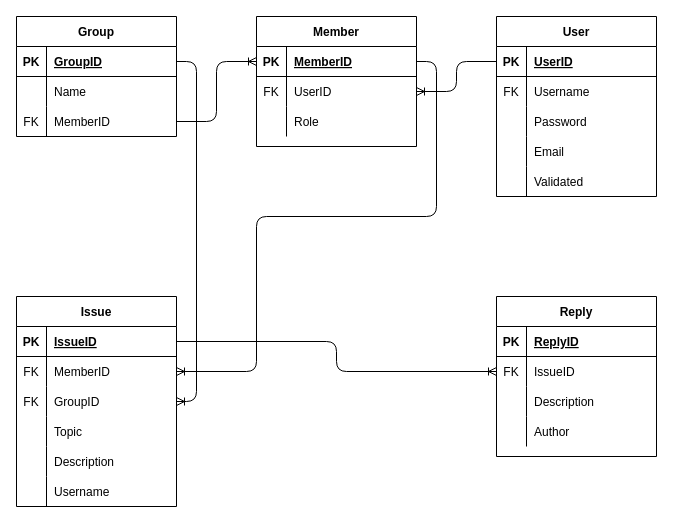
Above: ERD.drawio in MWaldrep2000/COP4331-26-Large-Project (draw.io), before the change. Source tidied: cells renumbered, new cells numbered last; positions are measured from the earlier drawing's top-left corner, leaving out a move shared by most shapes. Both pictures are drawn from the tidied source at 100%, with x=0, y=0 at pixel (16, 16).
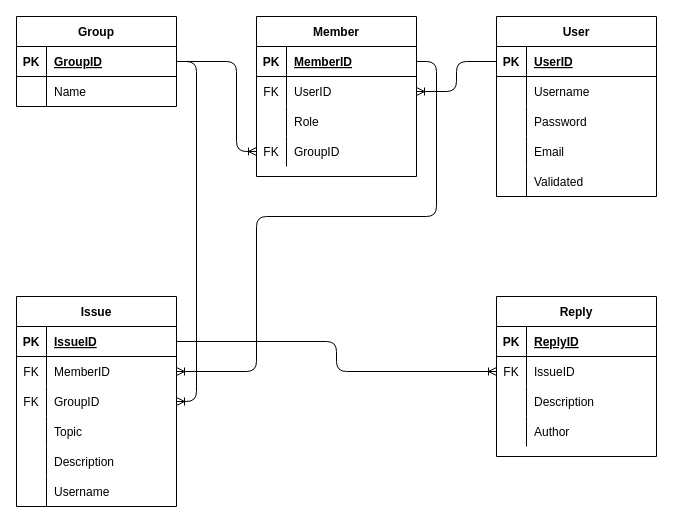
Above is the later version.

Unchanged cells that the change refers to:
```xml
<mxCell id="7" style="shape=partialRectangle;fillColor=none;top=0;left=0;bottom=0;right=0;" parent="3" vertex="1">
  <mxGeometry y="60" width="160" height="30" as="geometry" />
</mxCell>
<mxCell id="20" style="shape=partialRectangle;fillColor=none;top=0;left=0;bottom=1;right=0;points=[[0,0.5],[1,0.5]];portConstraint=eastwest;" parent="19" vertex="1">
  <mxGeometry y="30" width="160" height="30" as="geometry" />
</mxCell>
<mxCell id="30" style="shape=partialRectangle;fillColor=none;top=0;left=0;bottom=1;right=0;points=[[0,0.5],[1,0.5]];portConstraint=eastwest;" parent="29" vertex="1">
  <mxGeometry y="30" width="160" height="30" as="geometry" />
</mxCell>
<mxCell id="46" style="shape=partialRectangle;fillColor=none;top=0;left=0;bottom=0;right=0;points=[[0,0.5],[1,0.5]];portConstraint=eastwest;" parent="39" vertex="1">
  <mxGeometry y="90" width="160" height="30" as="geometry" />
</mxCell>
```

What changed in the source:
```diff
@@
-    <mxCell id="8" value="FK" style="shape=partialRectangle;fillColor=none;top=0;left=0;bottom=0;right=0;overflow=hidden;" parent="7" vertex="1">
+    <mxCell id="8" style="shape=partialRectangle;fillColor=none;top=0;left=0;bottom=0;right=0;overflow=hidden;" parent="7" vertex="1">
       <mxGeometry width="30" height="30" as="geometry" />
     </mxCell>
@@
     <mxCell id="19" value="Group" style="shape=table;startSize=30;childLayout=tableLayout;rowLines=0;fontStyle=1;align=center;" parent="1" vertex="1">
-      <mxGeometry width="160" height="120" as="geometry" />
+      <mxGeometry width="160" height="90" as="geometry" />
     </mxCell>
@@
-    <mxCell id="26" style="shape=partialRectangle;fillColor=none;top=0;left=0;bottom=0;right=0;points=[[0,0.5],[1,0.5]];portConstraint=eastwest;" parent="19" vertex="1">
-      <mxGeometry y="90" width="160" height="30" as="geometry" />
-    </mxCell>
-    <mxCell id="27" value="FK" style="shape=partialRectangle;fillColor=none;top=0;left=0;bottom=0;right=0;overflow=hidden;" parent="26" vertex="1">
-      <mxGeometry width="30" height="30" as="geometry" />
-    </mxCell>
-    <mxCell id="28" value="MemberID" style="shape=partialRectangle;fillColor=none;top=0;left=0;bottom=0;right=0;align=left;spacingLeft=6;overflow=hidden;" parent="26" vertex="1">
-      <mxGeometry x="30" width="130" height="30" as="geometry" />
-    </mxCell>
     <mxCell id="29" value="Member" style="shape=table;startSize=30;childLayout=tableLayout;rowLines=0;fontStyle=1;align=center;" parent="1" vertex="1">
-      <mxGeometry x="240" width="160" height="130" as="geometry" />
+      <mxGeometry x="240" width="160" height="160" as="geometry" />
     </mxCell>
@@
+    <mxCell id="75" style="shape=partialRectangle;fillColor=none;top=0;left=0;bottom=0;right=0;points=[[0,0.5],[1,0.5]];portConstraint=eastwest;" parent="29" vertex="1">
+      <mxGeometry y="120" width="160" height="30" as="geometry" />
+    </mxCell>
+    <mxCell id="27" value="FK" style="shape=partialRectangle;fillColor=none;top=0;left=0;bottom=0;right=0;overflow=hidden;" parent="75" vertex="1">
+      <mxGeometry width="30" height="30" as="geometry" />
+    </mxCell>
+    <mxCell id="76" value="GroupID" style="shape=partialRectangle;fillColor=none;top=0;left=0;bottom=0;right=0;align=left;spacingLeft=6;overflow=hidden;" parent="75" vertex="1">
+      <mxGeometry x="30" width="130" height="30" as="geometry" />
+    </mxCell>
@@
-    <mxCell id="71" style="edgeStyle=orthogonalEdgeStyle;rounded=1;jettySize=auto;html=1;exitX=1;exitY=0.5;exitDx=0;exitDy=0;entryX=0;entryY=0.5;entryDx=0;entryDy=0;endArrow=ERoneToMany;endFill=0;" parent="1" edge="1" source="26" target="30">
-      <mxGeometry relative="1" as="geometry" />
-    </mxCell>
@@
+    <mxCell id="77" style="edgeStyle=orthogonalEdgeStyle;rounded=1;jettySize=auto;html=1;exitX=0;exitY=0.5;exitDx=0;exitDy=0;entryX=1;entryY=0.5;entryDx=0;entryDy=0;startArrow=ERoneToMany;startFill=0;endArrow=none;endFill=0;" parent="1" edge="1" source="75" target="20">
+      <mxGeometry relative="1" as="geometry">
+        <Array as="points">
+          <mxPoint x="220" y="135" />
+          <mxPoint x="220" y="45" />
+        </Array>
+      </mxGeometry>
+    </mxCell>
-    <mxCell id="74" style="edgeStyle=orthogonalEdgeStyle;rounded=1;jettySize=auto;html=1;exitX=1;exitY=0.5;exitDx=0;exitDy=0;entryX=1;entryY=0.5;entryDx=0;entryDy=0;endArrow=ERoneToMany;endFill=0;" parent="1" edge="1" source="20" target="46">
+    <mxCell id="74" style="edgeStyle=orthogonalEdgeStyle;rounded=1;jettySize=auto;html=1;exitX=1;exitY=0.5;exitDx=0;exitDy=0;entryX=1;entryY=0.5;entryDx=0;entryDy=0;startArrow=none;startFill=0;endArrow=ERoneToMany;endFill=0;" parent="1" edge="1" source="20" target="46">
       <mxGeometry relative="1" as="geometry" />
     </mxCell>
```
